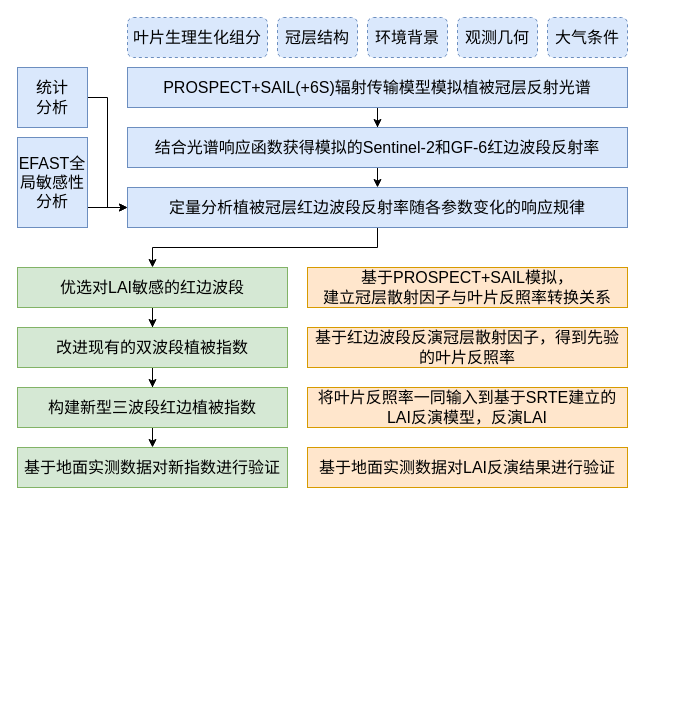
This is thesis_flow.drawio from ynhsun/diagram, a draw.io file, before an edit. Source tidied: cells renumbered, new cells numbered last; positions are measured from the earlier drawing's top-left corner, leaving out a move shared by most shapes. Both pictures are drawn from the tidied source at 100%, with x=0, y=0 at pixel (17, 17). Pictures stored in the file or linked from it are replaced by grey dashed boxes.
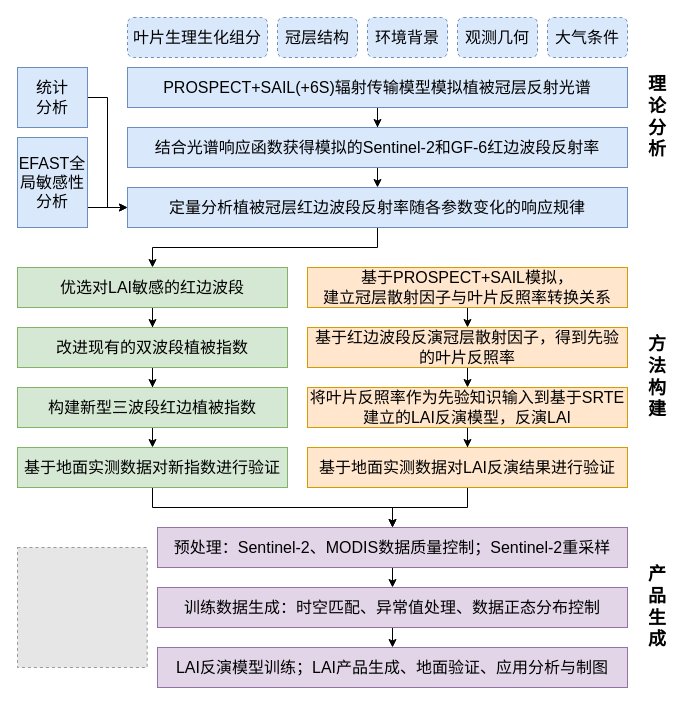
The same diagram, later.

Unchanged cells that the change refers to:
```xml
<mxCell id="23" value="基于地面实测数据对新指数进行验证" style="rounded=0;whiteSpace=wrap;html=1;fillColor=#d5e8d4;strokeColor=#82b366;fontSize=16;" parent="1" vertex="1">
  <mxGeometry y="430" width="270" height="40" as="geometry" />
</mxCell>
<mxCell id="24" value="基于PROSPECT+SAIL模拟，&lt;br&gt;建立冠层散射因子与叶片反照率转换关系" style="rounded=0;whiteSpace=wrap;html=1;fillColor=#ffe6cc;strokeColor=#d79b00;fontSize=16;" parent="1" vertex="1">
  <mxGeometry x="290" y="250" width="320" height="40" as="geometry" />
</mxCell>
<mxCell id="25" value="基于红边波段反演冠层散射因子，得到先验的叶片反照率" style="rounded=0;whiteSpace=wrap;html=1;fillColor=#ffe6cc;strokeColor=#d79b00;fontSize=16;" parent="1" vertex="1">
  <mxGeometry x="290" y="310" width="320" height="40" as="geometry" />
</mxCell>
<mxCell id="27" value="基于地面实测数据对LAI反演结果进行验证" style="rounded=0;whiteSpace=wrap;html=1;fillColor=#ffe6cc;strokeColor=#d79b00;fontSize=16;" parent="1" vertex="1">
  <mxGeometry x="290" y="430" width="320" height="40" as="geometry" />
</mxCell>
```

Change to the diagram source:
```diff
@@
+    <mxCell id="28" style="edgeStyle=orthogonalEdgeStyle;rounded=0;jettySize=auto;html=1;exitX=0.5;exitY=1;exitDx=0;exitDy=0;fontSize=18;" parent="1" edge="1" source="23" target="37">
+      <mxGeometry relative="1" as="geometry" />
+    </mxCell>
@@
+    <mxCell id="29" style="edgeStyle=orthogonalEdgeStyle;rounded=0;jettySize=auto;html=1;exitX=0.5;exitY=1;exitDx=0;exitDy=0;entryX=0.5;entryY=0;entryDx=0;entryDy=0;" parent="1" edge="1" source="24" target="25">
+      <mxGeometry relative="1" as="geometry" />
+    </mxCell>
@@
+    <mxCell id="30" style="edgeStyle=orthogonalEdgeStyle;rounded=0;jettySize=auto;html=1;exitX=0.5;exitY=1;exitDx=0;exitDy=0;entryX=0.5;entryY=0;entryDx=0;entryDy=0;" parent="1" edge="1" source="25" target="26">
+      <mxGeometry relative="1" as="geometry" />
+    </mxCell>
@@
+    <mxCell id="31" style="edgeStyle=orthogonalEdgeStyle;rounded=0;jettySize=auto;html=1;exitX=0.5;exitY=1;exitDx=0;exitDy=0;" parent="1" edge="1" source="26" target="27">
+      <mxGeometry relative="1" as="geometry" />
+    </mxCell>
-    <mxCell id="26" value="将叶片反照率一同输入到基于SRTE建立的LAI反演模型，反演LAI" style="rounded=0;whiteSpace=wrap;html=1;fillColor=#ffe6cc;strokeColor=#d79b00;fontSize=16;" parent="1" vertex="1">
+    <mxCell id="26" value="将叶片反照率作为先验知识输入到基于SRTE建立的LAI反演模型，反演LAI" style="rounded=0;whiteSpace=wrap;html=1;fillColor=#ffe6cc;strokeColor=#d79b00;fontSize=16;" parent="1" vertex="1">
       <mxGeometry x="290" y="370" width="320" height="40" as="geometry" />
     </mxCell>
+    <mxCell id="32" style="edgeStyle=orthogonalEdgeStyle;rounded=0;jettySize=auto;html=1;exitX=0.5;exitY=1;exitDx=0;exitDy=0;fontSize=18;entryX=0.5;entryY=0;entryDx=0;entryDy=0;" parent="1" edge="1" source="27" target="37">
+      <mxGeometry relative="1" as="geometry" />
+    </mxCell>
@@
+    <mxCell id="33" value="理论分析" style="text;html=1;strokeColor=none;fillColor=none;align=center;verticalAlign=middle;whiteSpace=wrap;rounded=0;fontSize=18;fontStyle=1;" parent="1" vertex="1">
+      <mxGeometry x="630" y="60" width="20" height="80" as="geometry" />
+    </mxCell>
+    <mxCell id="34" value="方法构建" style="text;html=1;strokeColor=none;fillColor=none;align=center;verticalAlign=middle;whiteSpace=wrap;rounded=0;fontSize=18;fontStyle=1;" parent="1" vertex="1">
+      <mxGeometry x="630" y="320" width="20" height="80" as="geometry" />
+    </mxCell>
+    <mxCell id="35" value="产品生成" style="text;html=1;strokeColor=none;fillColor=none;align=center;verticalAlign=middle;whiteSpace=wrap;rounded=0;fontSize=18;fontStyle=1;" parent="1" vertex="1">
+      <mxGeometry x="630" y="550" width="20" height="80" as="geometry" />
+    </mxCell>
+    <mxCell id="36" style="edgeStyle=orthogonalEdgeStyle;rounded=0;jettySize=auto;html=1;exitX=0.5;exitY=1;exitDx=0;exitDy=0;entryX=0.5;entryY=0;entryDx=0;entryDy=0;fontSize=18;" parent="1" edge="1" source="37" target="40">
+      <mxGeometry relative="1" as="geometry" />
+    </mxCell>
+    <mxCell id="37" value="预处理：Sentinel-2、MODIS数据质量控制；Sentinel-2重采样" style="rounded=0;whiteSpace=wrap;html=1;fillColor=#e1d5e7;strokeColor=#9673a6;fontSize=16;" parent="1" vertex="1">
+      <mxGeometry x="140" y="510" width="470" height="40" as="geometry" />
+    </mxCell>
+    <mxCell id="38" style="fillColor=#E6E6E6;strokeColor=#999999;dashed=1;verticalLabelPosition=bottom;labelBackgroundColor=#ffffff;verticalAlign=top;" parent="1" vertex="1">
+      <mxGeometry y="530" width="129.7" height="120" as="geometry" />
+    </mxCell>
+    <mxCell id="39" style="edgeStyle=orthogonalEdgeStyle;rounded=0;jettySize=auto;html=1;exitX=0.5;exitY=1;exitDx=0;exitDy=0;entryX=0.5;entryY=0;entryDx=0;entryDy=0;fontSize=18;" parent="1" edge="1" source="40" target="41">
+      <mxGeometry relative="1" as="geometry" />
+    </mxCell>
+    <mxCell id="40" value="训练数据生成：时空匹配、异常值处理、数据正态分布控制" style="rounded=0;whiteSpace=wrap;html=1;fillColor=#e1d5e7;strokeColor=#9673a6;fontSize=16;" parent="1" vertex="1">
+      <mxGeometry x="140" y="570" width="470" height="40" as="geometry" />
+    </mxCell>
+    <mxCell id="41" value="LAI反演模型训练；LAI产品生成、地面验证、应用分析与制图" style="rounded=0;whiteSpace=wrap;html=1;fillColor=#e1d5e7;strokeColor=#9673a6;fontSize=16;" parent="1" vertex="1">
+      <mxGeometry x="140" y="630" width="470" height="40" as="geometry" />
+    </mxCell>
```
